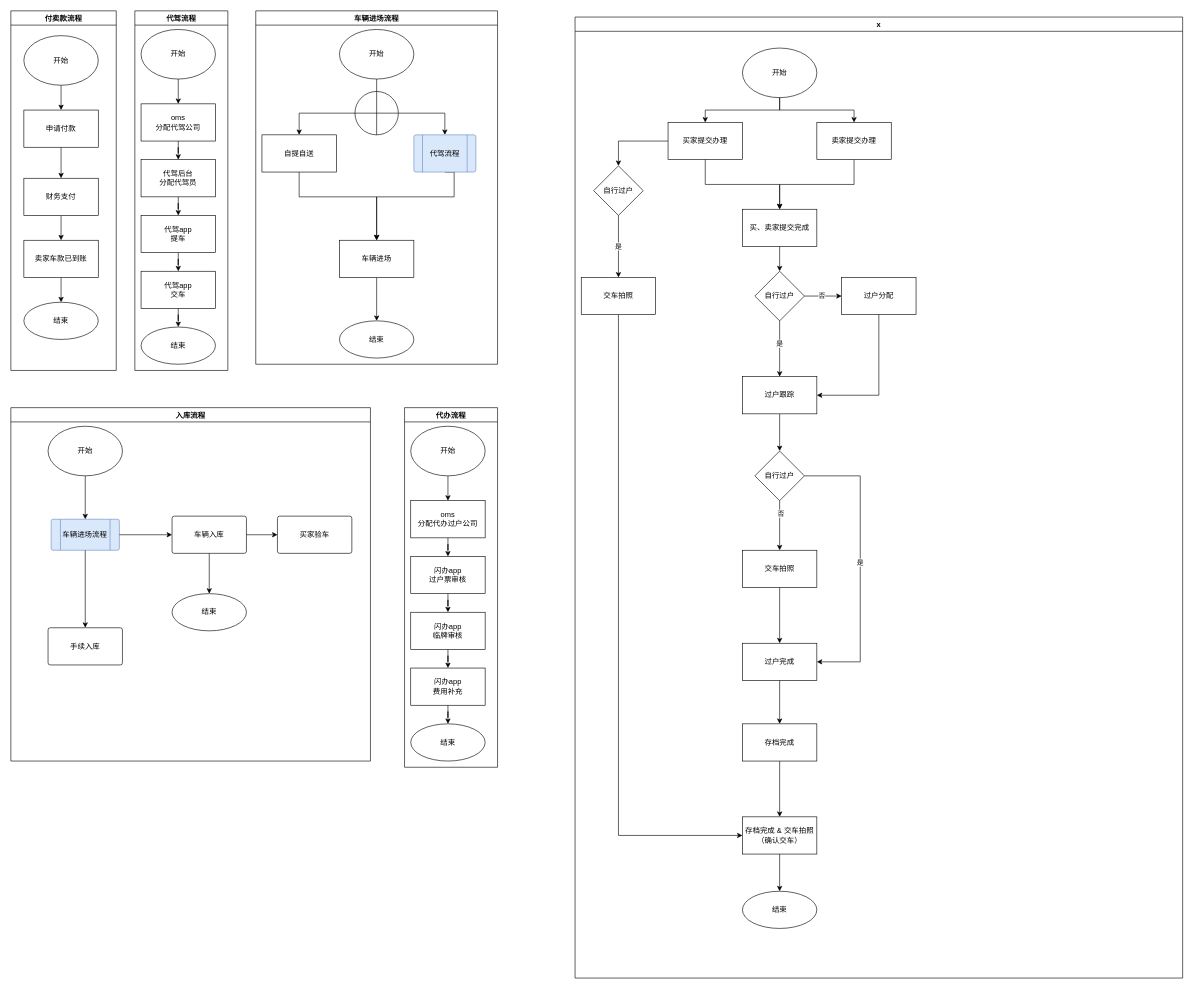
This is page "子流程-20221101" (2 of 2) of 售后流程设计.drawio from specialnote/diagrams, a draw.io file, before an edit. Source tidied: cells renumbered, new cells numbered last; positions are measured from the earlier drawing's top-left corner, leaving out a move shared by most shapes. Both pictures are drawn from the tidied source at 62%, with x=0, y=0 at pixel (11, 11).
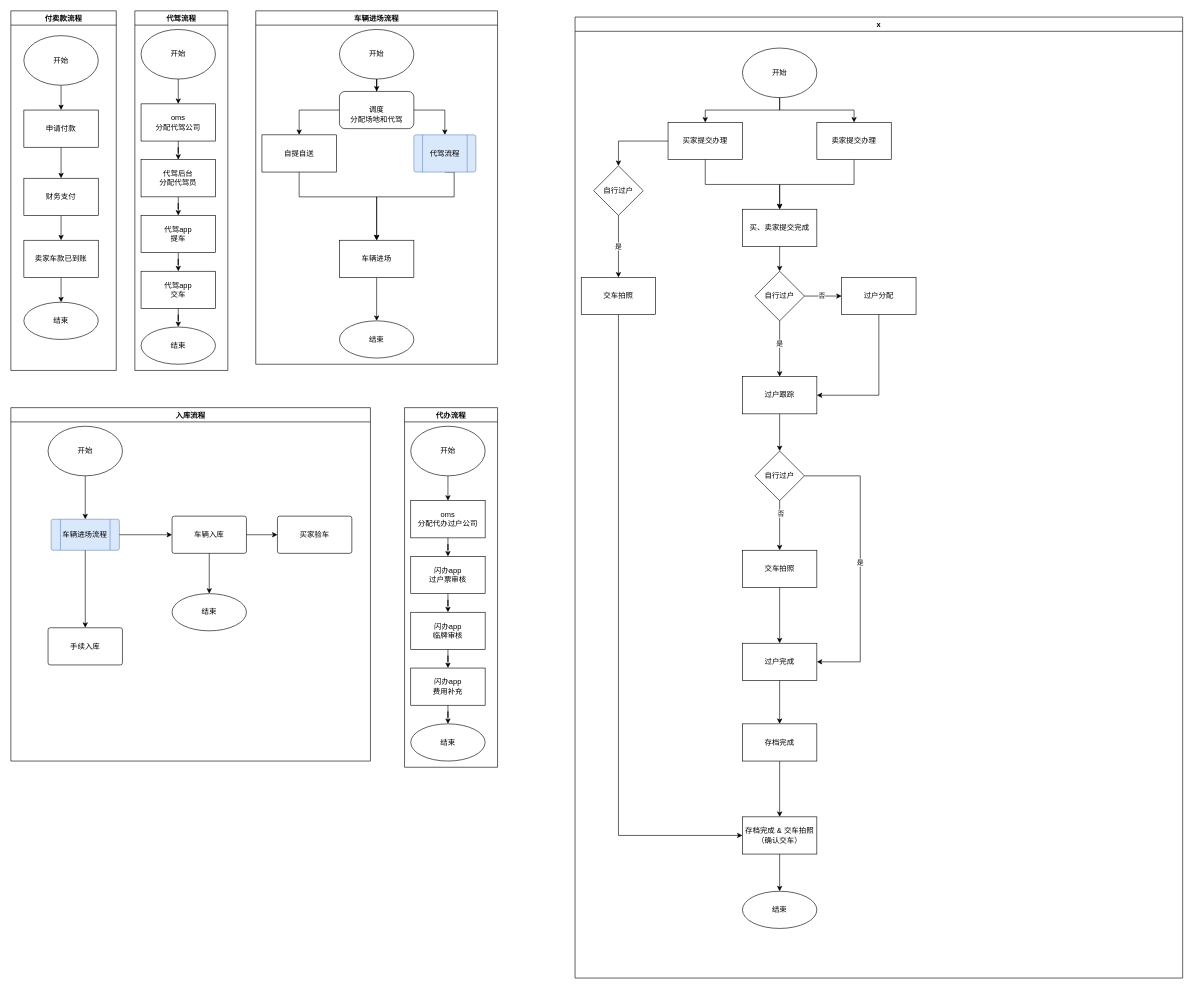
After the change.

Commit message:
Update 售后流程设计.drawio

Unchanged cells that the change refers to:
```xml
<mxCell id="36" value="车辆进场流程" style="swimlane;" parent="1" vertex="1">
  <mxGeometry x="395" width="390" height="570" as="geometry" />
</mxCell>
<mxCell id="38" value="开始" style="ellipse;whiteSpace=wrap;html=1;" parent="36" vertex="1">
  <mxGeometry x="135" y="30" width="120" height="80" as="geometry" />
</mxCell>
<mxCell id="43" value="自提自送" style="whiteSpace=wrap;html=1;verticalAlign=middle;" parent="36" vertex="1">
  <mxGeometry x="10" y="200" width="120" height="60" as="geometry" />
</mxCell>
<mxCell id="45" value="代驾流程" style="verticalLabelPosition=middle;verticalAlign=middle;html=1;shape=process;whiteSpace=wrap;rounded=1;size=0.14;arcSize=6;labelPosition=center;align=center;fillColor=#dae8fc;strokeColor=#6c8ebf;" parent="36" vertex="1">
  <mxGeometry x="255" y="200" width="100" height="60" as="geometry" />
</mxCell>
```

Change to the diagram source:
```diff
@@
-    <mxCell id="37" style="edgeStyle=orthogonalEdgeStyle;rounded=0;jettySize=auto;html=1;entryX=0.514;entryY=0.157;entryDx=0;entryDy=0;entryPerimeter=0;" parent="36" edge="1" source="38" target="41">
+    <mxCell id="37" style="edgeStyle=orthogonalEdgeStyle;rounded=0;jettySize=auto;html=1;" parent="36" edge="1" source="38" target="98">
       <mxGeometry relative="1" as="geometry" />
     </mxCell>
@@
-    <mxCell id="39" style="edgeStyle=orthogonalEdgeStyle;rounded=0;jettySize=auto;html=1;entryX=0.5;entryY=0;entryDx=0;entryDy=0;" parent="36" edge="1" source="41" target="43">
+    <mxCell id="39" style="edgeStyle=orthogonalEdgeStyle;rounded=0;jettySize=auto;html=1;entryX=0.5;entryY=0;entryDx=0;entryDy=0;exitX=0;exitY=0.5;exitDx=0;exitDy=0;" parent="36" edge="1" source="98" target="43">
       <mxGeometry relative="1" as="geometry" />
     </mxCell>
-    <mxCell id="40" style="edgeStyle=orthogonalEdgeStyle;rounded=0;jettySize=auto;html=1;entryX=0.5;entryY=0;entryDx=0;entryDy=0;" parent="36" edge="1" source="41" target="45">
+    <mxCell id="40" style="edgeStyle=orthogonalEdgeStyle;rounded=0;jettySize=auto;html=1;entryX=0.5;entryY=0;entryDx=0;entryDy=0;exitX=1;exitY=0.5;exitDx=0;exitDy=0;" parent="36" edge="1" source="98" target="45">
       <mxGeometry relative="1" as="geometry" />
     </mxCell>
-    <mxCell id="41" style="verticalLabelPosition=bottom;verticalAlign=top;html=1;shape=mxgraph.flowchart.summing_function;" parent="36" vertex="1">
-      <mxGeometry x="160" y="130" width="70" height="70" as="geometry" />
-    </mxCell>
@@
+    <mxCell id="98" value="&lt;div&gt;&lt;br&gt;&lt;/div&gt;&lt;div&gt;调度&lt;br&gt;&lt;/div&gt;&lt;div&gt;分配场地和代驾&lt;/div&gt;" style="rounded=1;whiteSpace=wrap;html=1;" parent="36" vertex="1">
+      <mxGeometry x="135" y="130" width="120" height="60" as="geometry" />
+    </mxCell>
```
